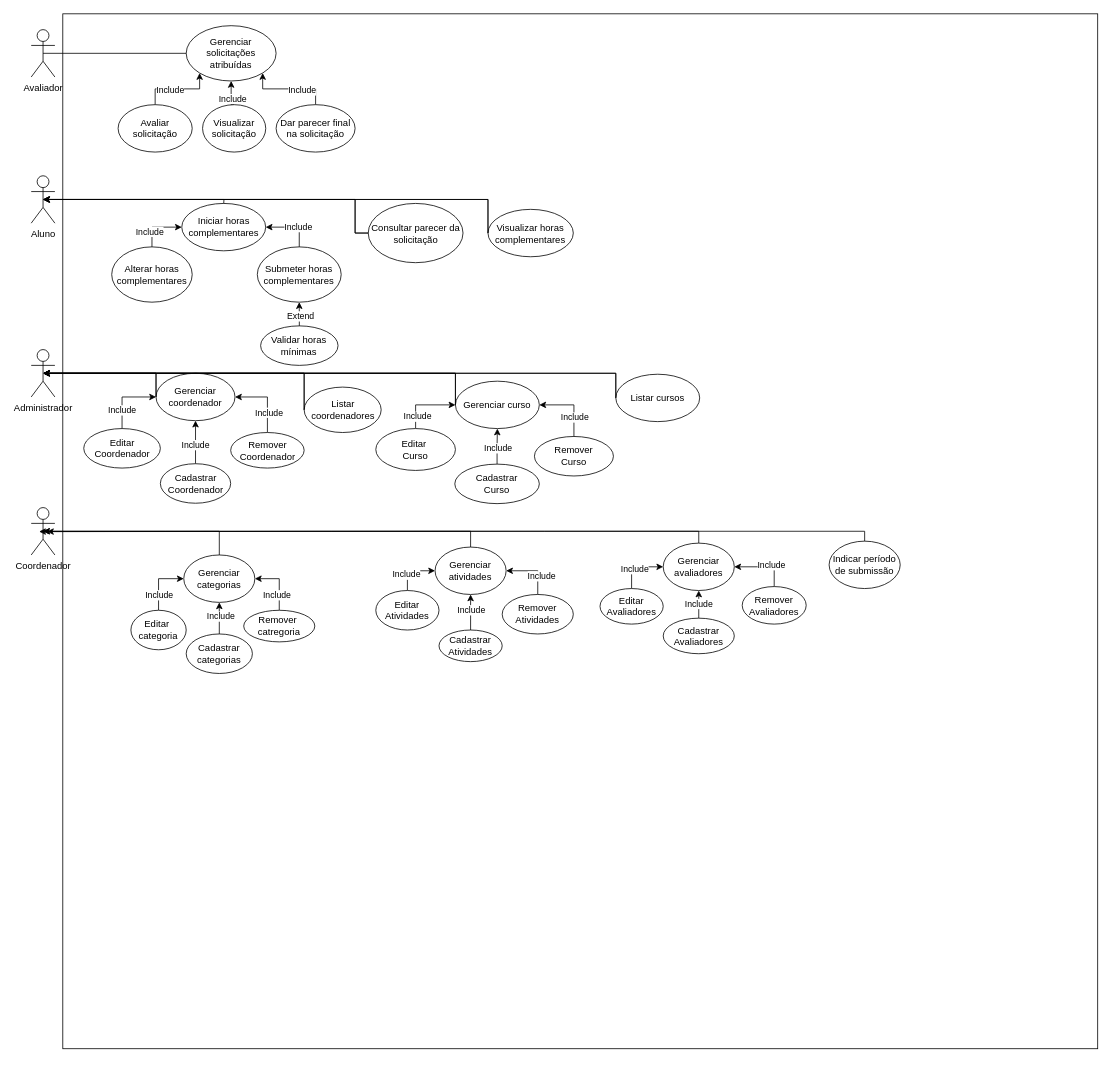
The draw.io diagram trabanalise.drawio in DGzzzzz/ADS_IF, before the edit. Source tidied: cells renumbered, new cells numbered last; positions are measured from the earlier drawing's top-left corner, leaving out a move shared by most shapes. Both pictures are drawn from the tidied source at 79%, with x=0, y=0 at pixel (31, 13).
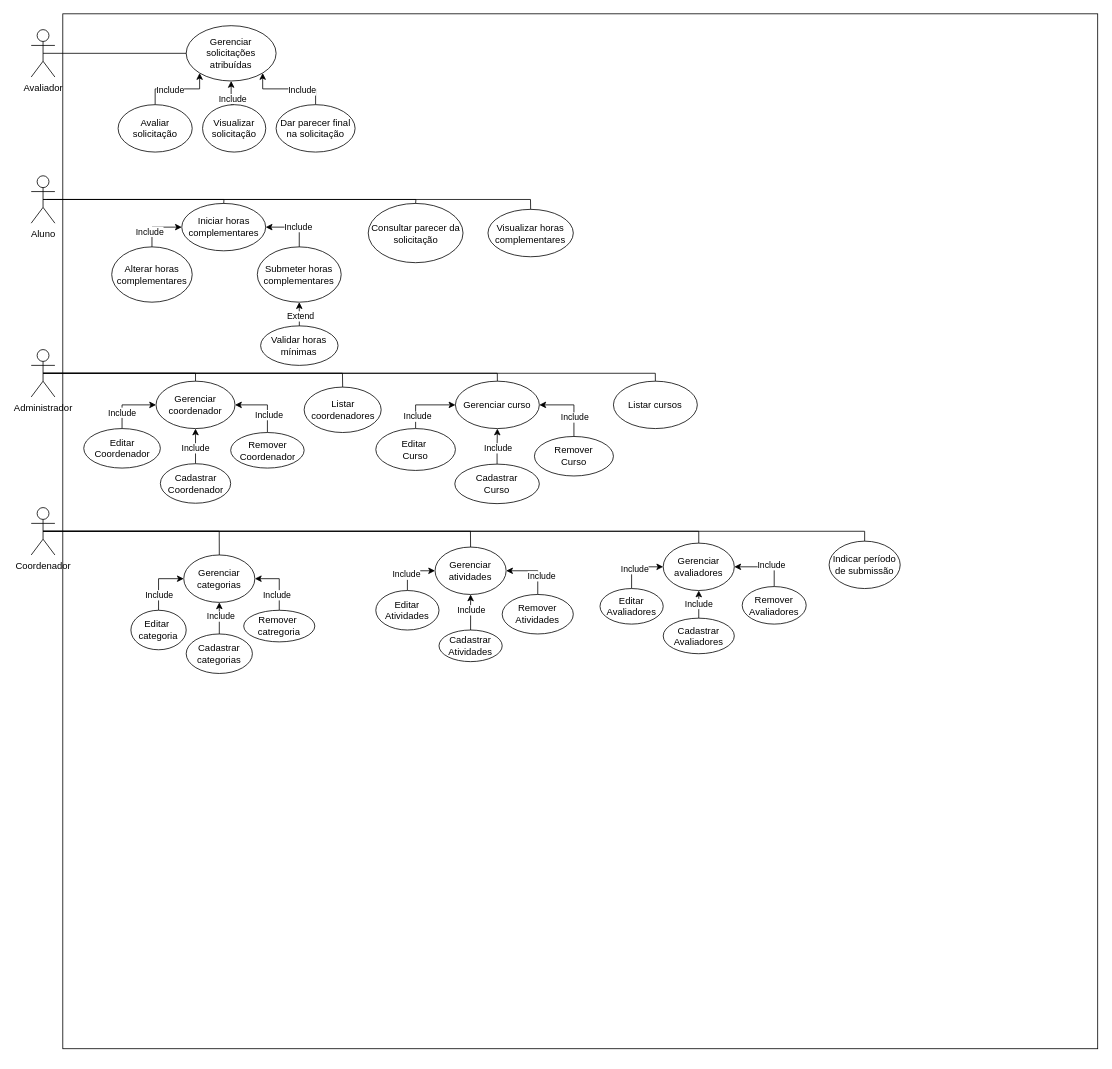
The same page after the edit.

Commit message:
atualizacao relacionamentos

The change refers to these unchanged cells:
```xml
<mxCell id="3" value="Aluno" style="shape=umlActor;verticalLabelPosition=bottom;verticalAlign=top;html=1;outlineConnect=0;" parent="1" vertex="1">
  <mxGeometry y="205" width="30" height="60" as="geometry" />
</mxCell>
<mxCell id="4" value="Administrador" style="shape=umlActor;verticalLabelPosition=bottom;verticalAlign=top;html=1;outlineConnect=0;" parent="1" vertex="1">
  <mxGeometry y="425" width="30" height="60" as="geometry" />
</mxCell>
<mxCell id="5" value="Coordenador" style="shape=umlActor;verticalLabelPosition=bottom;verticalAlign=top;html=1;outlineConnect=0;" parent="1" vertex="1">
  <mxGeometry y="625" width="30" height="60" as="geometry" />
</mxCell>
<mxCell id="7" value="&lt;span style=&quot;background-color: transparent; color: light-dark(rgb(0, 0, 0), rgb(255, 255, 255));&quot;&gt;Gerenciar&lt;/span&gt;&lt;span style=&quot;background-color: transparent; color: light-dark(rgb(0, 0, 0), rgb(255, 255, 255));&quot;&gt;&amp;nbsp;curso&lt;/span&gt;" style="ellipse;whiteSpace=wrap;html=1;" parent="1" vertex="1">
  <mxGeometry x="537" y="465" width="106.2" height="60" as="geometry" />
</mxCell>
<mxCell id="9" value="Gerenciar categorias" style="ellipse;whiteSpace=wrap;html=1;" parent="1" vertex="1">
  <mxGeometry x="193.1" y="685" width="90" height="60" as="geometry" />
</mxCell>
<mxCell id="11" value="Gerenciar atividades" style="ellipse;whiteSpace=wrap;html=1;" parent="1" vertex="1">
  <mxGeometry x="511.2" y="675" width="90" height="60" as="geometry" />
</mxCell>
<mxCell id="13" value="Gerenciar avaliadores" style="ellipse;whiteSpace=wrap;html=1;" parent="1" vertex="1">
  <mxGeometry x="800" y="670" width="90" height="60" as="geometry" />
</mxCell>
<mxCell id="14" value="Indicar período de submissão" style="ellipse;whiteSpace=wrap;html=1;" parent="1" vertex="1">
  <mxGeometry x="1010" y="667.5" width="90" height="60" as="geometry" />
</mxCell>
<mxCell id="23" value="Listar coordenadores" style="ellipse;whiteSpace=wrap;html=1;" parent="1" vertex="1">
  <mxGeometry x="345.5" y="472.5" width="97.5" height="57.5" as="geometry" />
</mxCell>
<mxCell id="80" value="Visualizar horas complementares" style="ellipse;whiteSpace=wrap;html=1;" parent="1" vertex="1">
  <mxGeometry x="578.2" y="247.5" width="108" height="60" as="geometry" />
</mxCell>
<mxCell id="83" value="Consultar parecer da solicitação" style="ellipse;whiteSpace=wrap;html=1;" parent="1" vertex="1">
  <mxGeometry x="426.6" y="240" width="120" height="75" as="geometry" />
</mxCell>
```

Diff of the diagram source:
```diff
@@
     <mxCell id="8" value="&lt;span style=&quot;background-color: transparent; color: light-dark(rgb(0, 0, 0), rgb(255, 255, 255));&quot;&gt;Gerenciar coordenador&lt;/span&gt;" style="ellipse;whiteSpace=wrap;html=1;" parent="1" vertex="1">
-      <mxGeometry x="158" y="455" width="100" height="60" as="geometry" />
+      <mxGeometry x="158" y="465" width="100" height="60" as="geometry" />
     </mxCell>
@@
-    <mxCell id="10" style="edgeStyle=orthogonalEdgeStyle;rounded=0;jettySize=auto;html=1;exitX=0.5;exitY=0;exitDx=0;exitDy=0;" parent="1" edge="1" source="11">
-      <mxGeometry relative="1" as="geometry">
-        <mxPoint x="10" y="655.4" as="targetPoint" />
-        <Array as="points">
-          <mxPoint x="380" y="655" />
-          <mxPoint x="380" y="655" />
-        </Array>
-      </mxGeometry>
-    </mxCell>
@@
-    <mxCell id="12" style="edgeStyle=orthogonalEdgeStyle;rounded=0;jettySize=auto;html=1;exitX=0.5;exitY=0;exitDx=0;exitDy=0;" parent="1" edge="1" source="13">
-      <mxGeometry relative="1" as="geometry">
-        <mxPoint x="20" y="655.4" as="targetPoint" />
-        <Array as="points">
-          <mxPoint x="650" y="655" />
-          <mxPoint x="650" y="655" />
-        </Array>
-      </mxGeometry>
-    </mxCell>
@@
     <mxCell id="24" value="Listar cursos" style="ellipse;whiteSpace=wrap;html=1;" parent="1" vertex="1">
-      <mxGeometry x="740" y="456.2" width="106.2" height="60" as="geometry" />
+      <mxGeometry x="737" y="465" width="106.2" height="60" as="geometry" />
     </mxCell>
@@
-    <mxCell id="84" style="edgeStyle=orthogonalEdgeStyle;rounded=0;jettySize=auto;html=1;exitX=0;exitY=0.5;exitDx=0;exitDy=0;entryX=0.5;entryY=0.5;entryDx=0;entryDy=0;entryPerimeter=0;" parent="1" edge="1" source="83" target="3">
-      <mxGeometry relative="1" as="geometry">
-        <Array as="points">
-          <mxPoint x="410" y="235" />
-        </Array>
-      </mxGeometry>
-    </mxCell>
-    <mxCell id="85" style="edgeStyle=orthogonalEdgeStyle;rounded=0;jettySize=auto;html=1;exitX=0;exitY=0.5;exitDx=0;exitDy=0;entryX=0.5;entryY=0.5;entryDx=0;entryDy=0;entryPerimeter=0;" parent="1" edge="1" source="80" target="3">
-      <mxGeometry relative="1" as="geometry">
-        <Array as="points">
-          <mxPoint x="578" y="235" />
-        </Array>
-      </mxGeometry>
-    </mxCell>
-    <mxCell id="86" style="edgeStyle=orthogonalEdgeStyle;rounded=0;jettySize=auto;html=1;exitX=0;exitY=0.5;exitDx=0;exitDy=0;entryX=0.5;entryY=0.5;entryDx=0;entryDy=0;entryPerimeter=0;" parent="1" edge="1" source="8" target="4">
-      <mxGeometry relative="1" as="geometry">
-        <Array as="points">
-          <mxPoint x="158" y="455" />
-          <mxPoint x="15" y="455" />
-        </Array>
-      </mxGeometry>
-    </mxCell>
-    <mxCell id="87" style="edgeStyle=orthogonalEdgeStyle;rounded=0;jettySize=auto;html=1;exitX=0;exitY=0.5;exitDx=0;exitDy=0;entryX=0.5;entryY=0.5;entryDx=0;entryDy=0;entryPerimeter=0;" parent="1" edge="1" source="7" target="4">
-      <mxGeometry relative="1" as="geometry">
-        <Array as="points">
-          <mxPoint x="537" y="455" />
-        </Array>
-      </mxGeometry>
-    </mxCell>
-    <mxCell id="88" style="edgeStyle=orthogonalEdgeStyle;rounded=0;jettySize=auto;html=1;exitX=0;exitY=0.5;exitDx=0;exitDy=0;entryX=0.5;entryY=0.5;entryDx=0;entryDy=0;entryPerimeter=0;" parent="1" edge="1" source="23" target="4">
-      <mxGeometry relative="1" as="geometry">
-        <Array as="points">
-          <mxPoint x="345" y="455" />
-        </Array>
-      </mxGeometry>
-    </mxCell>
-    <mxCell id="89" style="edgeStyle=orthogonalEdgeStyle;rounded=0;jettySize=auto;html=1;exitX=0;exitY=0.5;exitDx=0;exitDy=0;entryX=0.5;entryY=0.5;entryDx=0;entryDy=0;entryPerimeter=0;" parent="1" edge="1" source="24" target="4">
-      <mxGeometry relative="1" as="geometry">
-        <Array as="points">
-          <mxPoint x="740" y="455" />
-        </Array>
-      </mxGeometry>
-    </mxCell>
@@
-    <mxCell id="92" style="edgeStyle=orthogonalEdgeStyle;rounded=0;jettySize=auto;html=1;exitX=0;exitY=0.5;exitDx=0;exitDy=0;entryX=0.5;entryY=0.5;entryDx=0;entryDy=0;entryPerimeter=0;" parent="1" edge="1" source="83" target="3">
-      <mxGeometry relative="1" as="geometry">
-        <Array as="points">
-          <mxPoint x="410" y="235" />
-        </Array>
-      </mxGeometry>
-    </mxCell>
@@
-    <mxCell id="94" style="edgeStyle=orthogonalEdgeStyle;rounded=0;jettySize=auto;html=1;exitX=0;exitY=0.5;exitDx=0;exitDy=0;entryX=0.5;entryY=0.5;entryDx=0;entryDy=0;entryPerimeter=0;" parent="1" edge="1" source="80" target="3">
-      <mxGeometry relative="1" as="geometry">
-        <Array as="points">
-          <mxPoint x="578" y="235" />
-        </Array>
-      </mxGeometry>
-    </mxCell>
-    <mxCell id="95" style="edgeStyle=orthogonalEdgeStyle;rounded=0;jettySize=auto;html=1;exitX=0;exitY=0.5;exitDx=0;exitDy=0;entryX=0.5;entryY=0.5;entryDx=0;entryDy=0;entryPerimeter=0;" parent="1" edge="1" source="8" target="4">
-      <mxGeometry relative="1" as="geometry">
-        <Array as="points">
-          <mxPoint x="158" y="455" />
-          <mxPoint x="15" y="455" />
-        </Array>
-      </mxGeometry>
-    </mxCell>
-    <mxCell id="96" style="edgeStyle=orthogonalEdgeStyle;rounded=0;jettySize=auto;html=1;exitX=0;exitY=0.5;exitDx=0;exitDy=0;entryX=0.5;entryY=0.5;entryDx=0;entryDy=0;entryPerimeter=0;" parent="1" edge="1" source="7" target="4">
-      <mxGeometry relative="1" as="geometry">
-        <Array as="points">
-          <mxPoint x="537" y="455" />
-        </Array>
-      </mxGeometry>
-    </mxCell>
-    <mxCell id="97" style="edgeStyle=orthogonalEdgeStyle;rounded=0;jettySize=auto;html=1;exitX=0;exitY=0.5;exitDx=0;exitDy=0;entryX=0.5;entryY=0.5;entryDx=0;entryDy=0;entryPerimeter=0;" parent="1" edge="1" source="23" target="4">
-      <mxGeometry relative="1" as="geometry">
-        <Array as="points">
-          <mxPoint x="345" y="455" />
-        </Array>
-      </mxGeometry>
-    </mxCell>
-    <mxCell id="98" style="edgeStyle=orthogonalEdgeStyle;rounded=0;jettySize=auto;html=1;exitX=0;exitY=0.5;exitDx=0;exitDy=0;entryX=0.5;entryY=0.5;entryDx=0;entryDy=0;entryPerimeter=0;" parent="1" edge="1" source="24" target="4">
-      <mxGeometry relative="1" as="geometry">
-        <Array as="points">
-          <mxPoint x="740" y="455" />
-        </Array>
-      </mxGeometry>
-    </mxCell>
-    <mxCell id="99" style="edgeStyle=orthogonalEdgeStyle;rounded=0;jettySize=auto;html=1;exitX=0.5;exitY=0;exitDx=0;exitDy=0;entryX=0.5;entryY=0.5;entryDx=0;entryDy=0;entryPerimeter=0;" parent="1" edge="1" source="9" target="5">
-      <mxGeometry relative="1" as="geometry">
-        <Array as="points">
-          <mxPoint x="170" y="655" />
-          <mxPoint x="170" y="655" />
-        </Array>
-      </mxGeometry>
-    </mxCell>
-    <mxCell id="100" style="edgeStyle=orthogonalEdgeStyle;rounded=0;jettySize=auto;html=1;exitX=0.5;exitY=0;exitDx=0;exitDy=0;entryX=0.5;entryY=0.5;entryDx=0;entryDy=0;entryPerimeter=0;" parent="1" edge="1" source="14" target="5">
-      <mxGeometry relative="1" as="geometry">
-        <Array as="points">
-          <mxPoint x="1055" y="655" />
-        </Array>
-      </mxGeometry>
-    </mxCell>
+    <mxCell id="101" style="endArrow=none;html=1;rounded=0;exitX=0.5;exitY=0;exitDx=0;exitDy=0;entryX=0.5;entryY=0.5;entryDx=0;entryDy=0;entryPerimeter=0;" parent="1" edge="1" source="83" target="3">
+      <mxGeometry relative="1" as="geometry">
+        <Array as="points">
+          <mxPoint x="487" y="235" />
+        </Array>
+      </mxGeometry>
+    </mxCell>
+    <mxCell id="102" style="endArrow=none;html=1;rounded=0;exitX=0.5;exitY=0;exitDx=0;exitDy=0;" parent="1" edge="1" source="80">
+      <mxGeometry relative="1" as="geometry">
+        <mxPoint x="20" y="235" as="targetPoint" />
+        <Array as="points">
+          <mxPoint x="632" y="235" />
+        </Array>
+      </mxGeometry>
+    </mxCell>
+    <mxCell id="103" style="endArrow=none;html=1;rounded=0;exitX=0.5;exitY=0.5;exitDx=0;exitDy=0;exitPerimeter=0;entryX=0.5;entryY=0;entryDx=0;entryDy=0;" parent="1" edge="1" source="4" target="24">
+      <mxGeometry relative="1" as="geometry">
+        <Array as="points">
+          <mxPoint x="790" y="455" />
+        </Array>
+      </mxGeometry>
+    </mxCell>
+    <mxCell id="104" style="endArrow=none;html=1;rounded=0;exitX=0.5;exitY=0.5;exitDx=0;exitDy=0;exitPerimeter=0;entryX=0.5;entryY=0;entryDx=0;entryDy=0;" parent="1" edge="1" source="4" target="7">
+      <mxGeometry relative="1" as="geometry">
+        <Array as="points">
+          <mxPoint x="590" y="455" />
+        </Array>
+      </mxGeometry>
+    </mxCell>
+    <mxCell id="105" style="endArrow=none;html=1;rounded=0;exitX=0.5;exitY=0.5;exitDx=0;exitDy=0;exitPerimeter=0;entryX=0.5;entryY=0;entryDx=0;entryDy=0;" parent="1" edge="1" source="4" target="23">
+      <mxGeometry relative="1" as="geometry">
+        <Array as="points">
+          <mxPoint x="394" y="455" />
+        </Array>
+      </mxGeometry>
+    </mxCell>
+    <mxCell id="106" style="endArrow=none;html=1;rounded=0;exitX=0.5;exitY=0.5;exitDx=0;exitDy=0;exitPerimeter=0;entryX=0.5;entryY=0;entryDx=0;entryDy=0;" parent="1" edge="1" source="4" target="8">
+      <mxGeometry relative="1" as="geometry">
+        <Array as="points">
+          <mxPoint x="208" y="455" />
+        </Array>
+      </mxGeometry>
+    </mxCell>
+    <mxCell id="107" style="endArrow=none;html=1;rounded=0;exitX=0.5;exitY=0.5;exitDx=0;exitDy=0;exitPerimeter=0;entryX=0.5;entryY=0;entryDx=0;entryDy=0;" parent="1" edge="1" source="5" target="14">
+      <mxGeometry relative="1" as="geometry">
+        <Array as="points">
+          <mxPoint x="1055" y="655" />
+        </Array>
+      </mxGeometry>
+    </mxCell>
+    <mxCell id="108" style="endArrow=none;html=1;rounded=0;exitX=0.5;exitY=0.5;exitDx=0;exitDy=0;exitPerimeter=0;entryX=0.5;entryY=0;entryDx=0;entryDy=0;" parent="1" edge="1" source="5" target="13">
+      <mxGeometry relative="1" as="geometry">
+        <Array as="points">
+          <mxPoint x="845" y="655" />
+        </Array>
+      </mxGeometry>
+    </mxCell>
+    <mxCell id="109" style="endArrow=none;html=1;rounded=0;exitX=0.5;exitY=0.5;exitDx=0;exitDy=0;exitPerimeter=0;entryX=0.5;entryY=0;entryDx=0;entryDy=0;" parent="1" edge="1" source="5" target="11">
+      <mxGeometry relative="1" as="geometry">
+        <Array as="points">
+          <mxPoint x="556" y="655" />
+        </Array>
+      </mxGeometry>
+    </mxCell>
+    <mxCell id="110" style="endArrow=none;html=1;rounded=0;exitX=0.5;exitY=0.5;exitDx=0;exitDy=0;exitPerimeter=0;entryX=0.5;entryY=0;entryDx=0;entryDy=0;" parent="1" edge="1" source="5" target="9">
+      <mxGeometry relative="1" as="geometry">
+        <Array as="points">
+          <mxPoint x="238" y="655" />
+        </Array>
+      </mxGeometry>
+    </mxCell>
```
